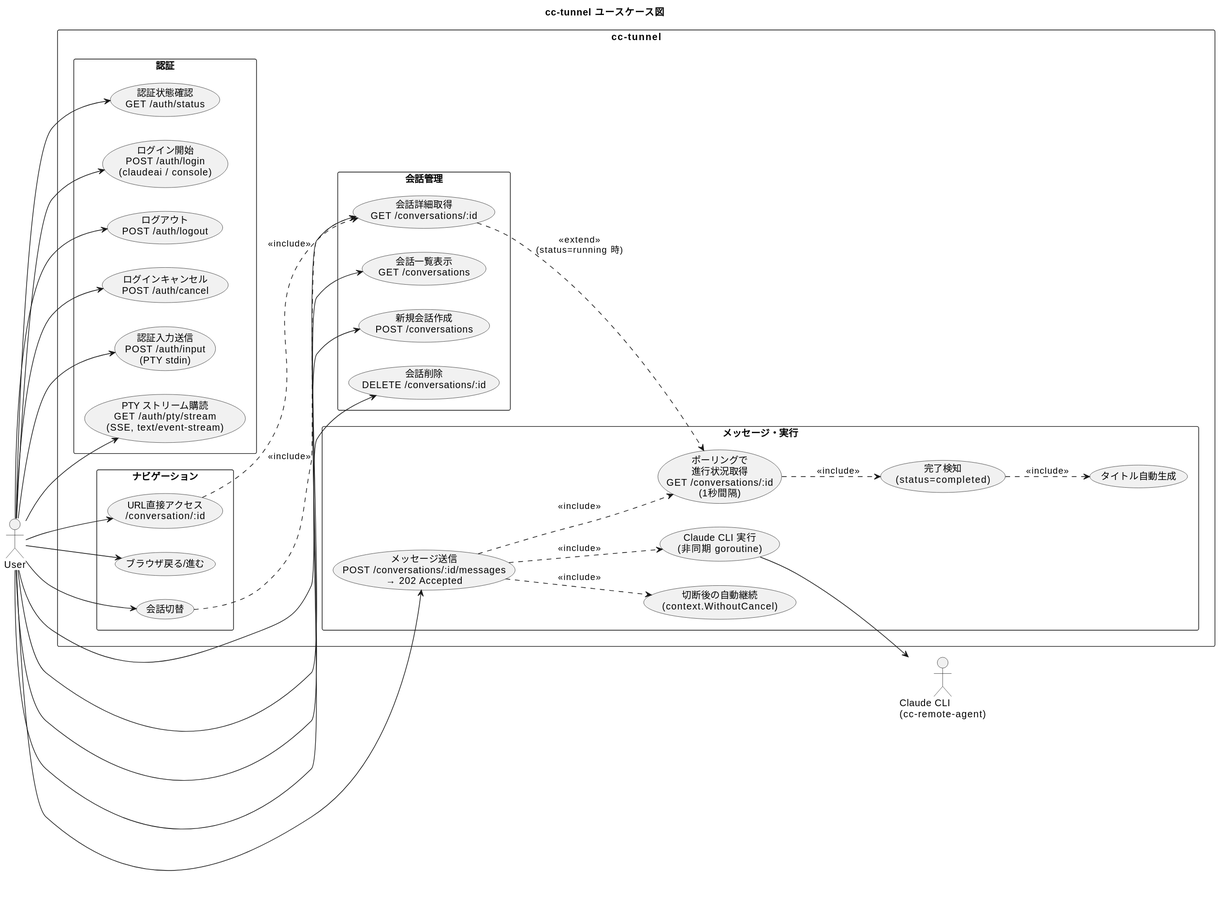
pollenjp/cc-tunnel keeps this PlantUML diagram as docs/plantuml/out/usecase.svg. Above is the earlier version.
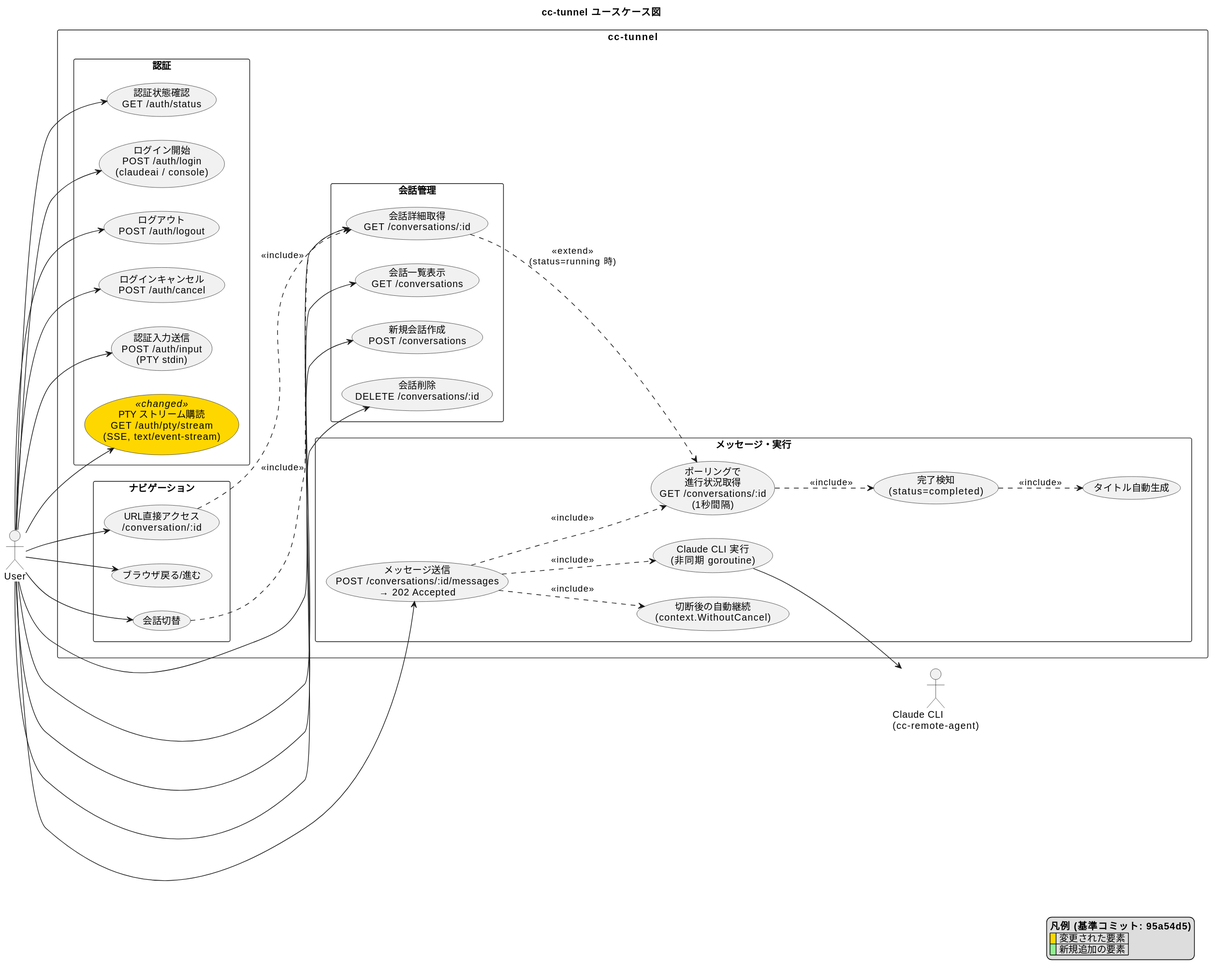
The same file after the commit.

Commit message:
docs: add <<changed>> highlight to usecase.puml (UC_AuthOutput SSE change)

UC_AuthOutput was missed in the previous highlight pass.
Adds <<changed>> stereotype + #FFD700 skinparam and legend to mark
the polling→SSE endpoint change. Updates ADR: changed_files 4→5,
unchanged_files 14→13.

The edit, as a diff of the source:
```diff
@@ -2,6 +2,10 @@
 title cc-tunnel ユースケース図
 
 left to right direction
+
+skinparam usecase<<changed>> {
+  BackgroundColor #FFD700
+}
 
 actor "User" as user
 actor "Claude CLI\n(cc-remote-agent)" as claude
@@ -14,7 +18,7 @@
     usecase "ログアウト\nPOST /auth/logout" as UC_Logout
     usecase "ログインキャンセル\nPOST /auth/cancel" as UC_CancelLogin
     usecase "認証入力送信\nPOST /auth/input\n(PTY stdin)" as UC_AuthInput
-    usecase "PTY ストリーム購読\nGET /auth/pty/stream\n(SSE, text/event-stream)" as UC_AuthOutput
+    usecase "PTY ストリーム購読\nGET /auth/pty/stream\n(SSE, text/event-stream)" as UC_AuthOutput <<changed>>
   }
 
   rectangle "会話管理" {
@@ -68,4 +72,10 @@
 UC_DirectURL ..> UC_GetConv : <<include>>
 
 UC_ExecClaude --> claude
+
+legend right
+  **凡例 (基準コミット: 95a54d5)**
+  |<#FFD700>  | 変更された要素 |
+  |<#90EE90>  | 新規追加の要素 |
+endlegend
 @enduml
```
